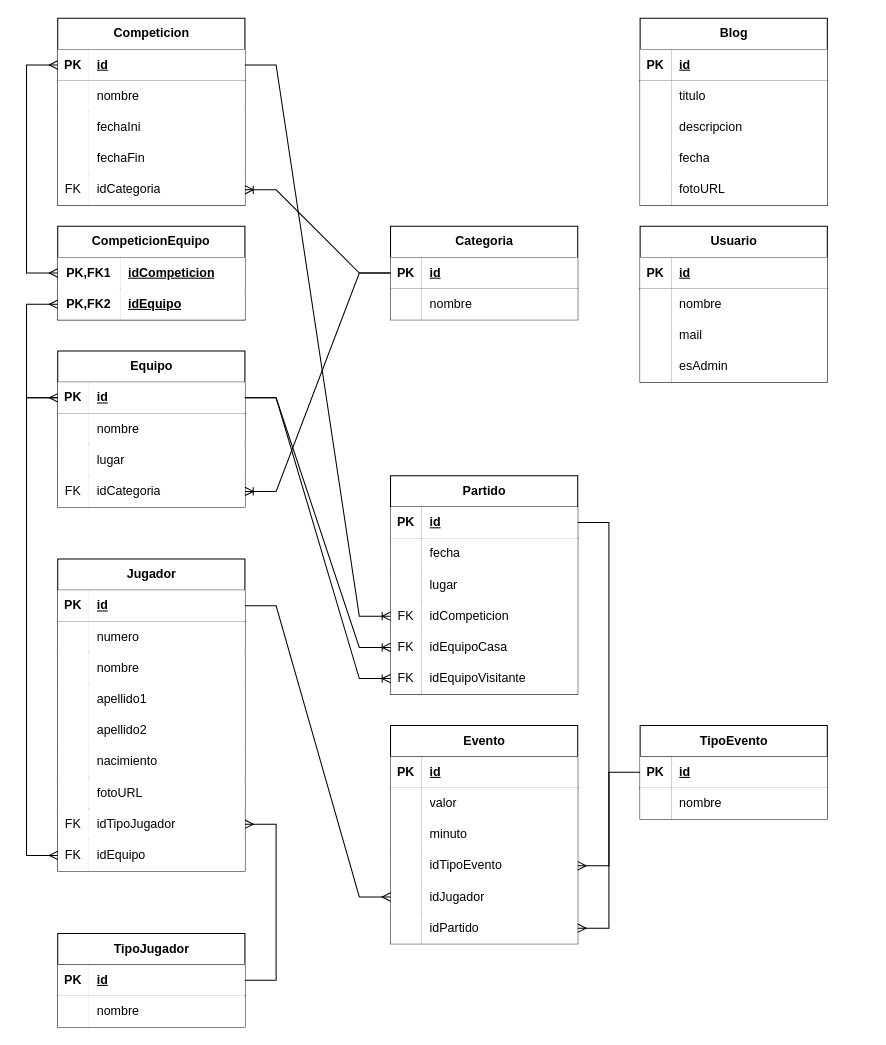
Earlier version of the draw.io diagram bd/design/diagramaRelacionalCochinillos.drawio (AlejandroS2I/cochinillos-voladores). Source tidied: cells renumbered, new cells numbered last; positions are measured from the earlier drawing's top-left corner, leaving out a move shared by most shapes. Both pictures are drawn from the tidied source at 104%, with x=0, y=0 at pixel (26, 18).
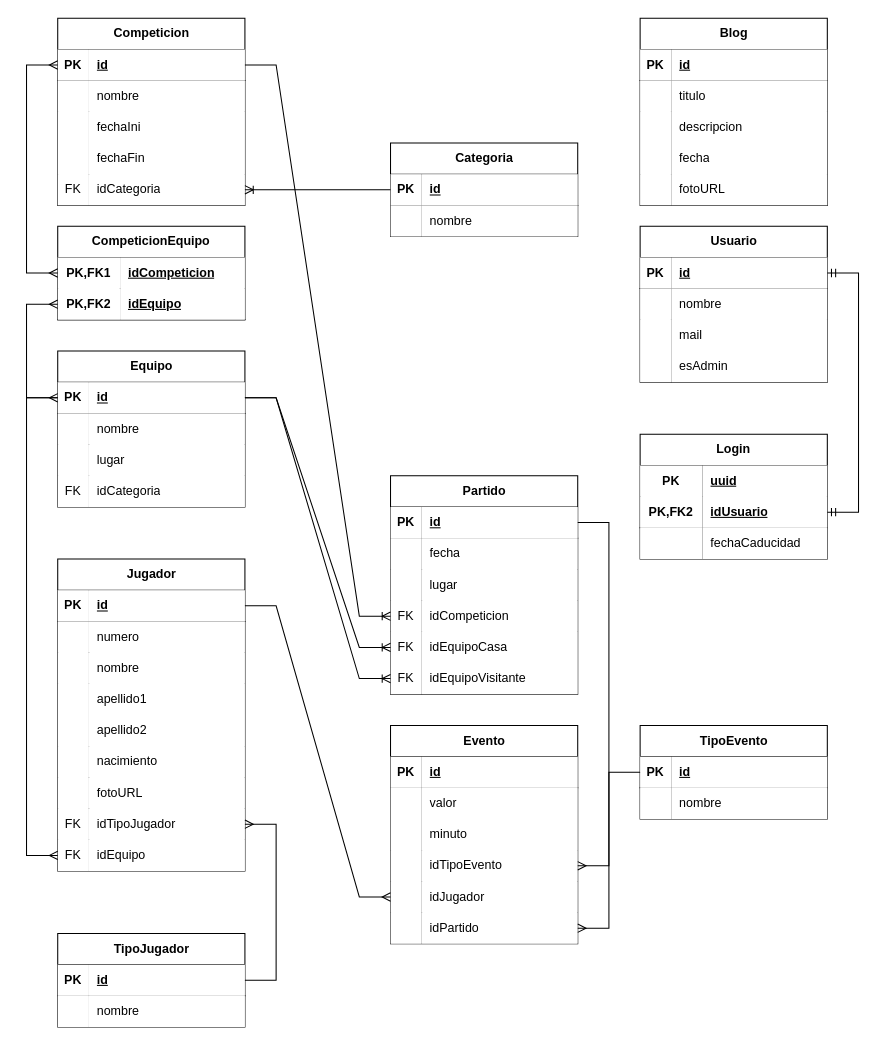
The same page after the edit.

Unchanged cells that the change refers to:
```xml
<mxCell id="19" style="shape=tableRow;horizontal=0;startSize=0;swimlaneHead=0;swimlaneBody=0;fillColor=none;points=[[0,0.5],[1,0.5]];portConstraint=eastwest;top=0;left=0;right=0;bottom=1;" parent="18" vertex="1">
  <mxGeometry y="30" width="180" height="30" as="geometry" />
</mxCell>
<mxCell id="42" style="shape=tableRow;horizontal=0;startSize=0;swimlaneHead=0;swimlaneBody=0;fillColor=none;points=[[0,0.5],[1,0.5]];portConstraint=eastwest;top=0;left=0;right=0;bottom=0;" parent="32" vertex="1">
  <mxGeometry y="120" width="180" height="30" as="geometry" />
</mxCell>
<mxCell id="119" style="shape=tableRow;horizontal=0;startSize=0;swimlaneHead=0;swimlaneBody=0;fillColor=none;points=[[0,0.5],[1,0.5]];portConstraint=eastwest;top=0;left=0;right=0;bottom=1;" parent="118" vertex="1">
  <mxGeometry y="30" width="180" height="30" as="geometry" />
</mxCell>
```

What changed in the source:
```diff
@@
     <mxCell id="18" value="Categoria" style="shape=table;startSize=30;childLayout=tableLayout;rowLines=0;fontStyle=1;align=center;html=1;" parent="1" vertex="1">
-      <mxGeometry x="350" y="200" width="180" height="90" as="geometry" />
+      <mxGeometry x="350" y="120" width="180" height="90" as="geometry" />
     </mxCell>
@@
-    <mxCell id="157" style="edgeStyle=entityRelationEdgeStyle;fontSize=12;html=1;endArrow=ERoneToMany;rounded=0;exitX=0;exitY=0.5;exitDx=0;exitDy=0;entryX=1;entryY=0.5;entryDx=0;entryDy=0;" parent="1" edge="1" source="19" target="42">
-      <mxGeometry relative="1" as="geometry" />
-    </mxCell>
@@
+    <mxCell id="166" value="Login" style="shape=table;startSize=30;childLayout=tableLayout;rowLines=0;fontStyle=1;align=center;html=1;whiteSpace=wrap;" parent="1" vertex="1">
+      <mxGeometry x="590" y="400" width="180" height="120" as="geometry" />
+    </mxCell>
+    <mxCell id="167" style="shape=tableRow;horizontal=0;startSize=0;swimlaneHead=0;swimlaneBody=0;fillColor=none;top=0;left=0;right=0;bottom=0;html=1;" parent="166" vertex="1">
+      <mxGeometry y="30" width="180" height="30" as="geometry" />
+    </mxCell>
+    <mxCell id="168" value="PK" style="shape=partialRectangle;fillColor=default;top=0;left=0;bottom=0;right=0;fontStyle=1;overflow=hidden;html=1;whiteSpace=wrap;" parent="167" vertex="1">
+      <mxGeometry width="60" height="30" as="geometry" />
+    </mxCell>
+    <mxCell id="169" value="uuid" style="shape=partialRectangle;fillColor=default;top=0;left=0;bottom=0;right=0;align=left;spacingLeft=6;fontStyle=5;overflow=hidden;html=1;whiteSpace=wrap;" parent="167" vertex="1">
+      <mxGeometry x="60" width="120" height="30" as="geometry" />
+    </mxCell>
+    <mxCell id="170" style="shape=tableRow;horizontal=0;startSize=0;swimlaneHead=0;swimlaneBody=0;fillColor=none;points=[[0,0.5],[1,0.5]];portConstraint=eastwest;top=0;left=0;right=0;bottom=1;html=1;" parent="166" vertex="1">
+      <mxGeometry y="60" width="180" height="30" as="geometry" />
+    </mxCell>
+    <mxCell id="171" value="PK,FK2" style="shape=partialRectangle;fillColor=default;top=0;left=0;bottom=0;right=0;fontStyle=1;overflow=hidden;html=1;whiteSpace=wrap;" parent="170" vertex="1">
+      <mxGeometry width="60" height="30" as="geometry" />
+    </mxCell>
+    <mxCell id="172" value="idUsuario" style="shape=partialRectangle;fillColor=default;top=0;left=0;bottom=0;right=0;align=left;spacingLeft=6;fontStyle=5;overflow=hidden;html=1;whiteSpace=wrap;" parent="170" vertex="1">
+      <mxGeometry x="60" width="120" height="30" as="geometry" />
+    </mxCell>
+    <mxCell id="173" style="shape=tableRow;horizontal=0;startSize=0;swimlaneHead=0;swimlaneBody=0;fillColor=none;top=0;left=0;right=0;bottom=0;html=1;" parent="166" vertex="1">
+      <mxGeometry y="90" width="180" height="30" as="geometry" />
+    </mxCell>
+    <mxCell id="174" style="shape=partialRectangle;fillColor=default;top=0;left=0;bottom=0;right=0;overflow=hidden;html=1;whiteSpace=wrap;" parent="173" vertex="1">
+      <mxGeometry width="60" height="30" as="geometry" />
+    </mxCell>
+    <mxCell id="175" value="fechaCaducidad" style="shape=partialRectangle;fillColor=default;top=0;left=0;bottom=0;right=0;align=left;spacingLeft=6;overflow=hidden;html=1;whiteSpace=wrap;" parent="173" vertex="1">
+      <mxGeometry x="60" width="120" height="30" as="geometry" />
+    </mxCell>
+    <mxCell id="176" style="edgeStyle=entityRelationEdgeStyle;fontSize=12;html=1;endArrow=ERmandOne;startArrow=ERmandOne;rounded=0;" parent="1" edge="1" source="170" target="119">
+      <mxGeometry relative="1" as="geometry" />
+    </mxCell>
```
